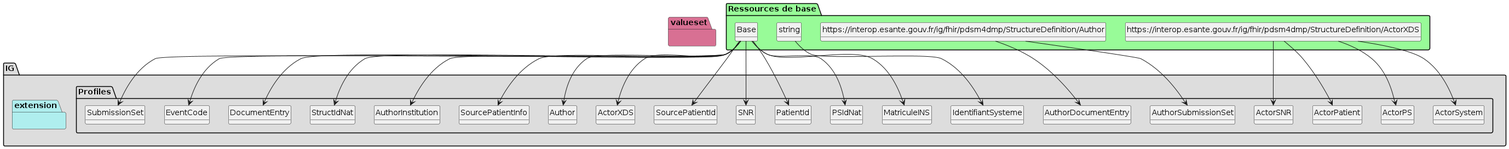
Earlier version of the PlantUML export add-info-dmp/plantuml/graph.png (ansforge/IG-FHIR-PDSM4DMP-EEDS).
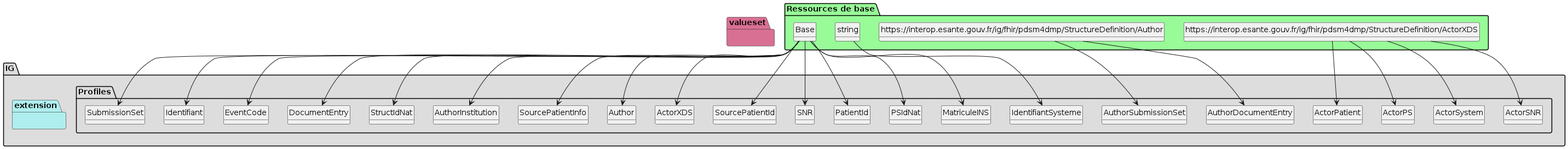
Later version of the same file.

Change to the diagram source:
```diff
@@ -10,7 +10,8 @@
         class ActorPS{
 
              ActorPS => [None..None]
-             ActorPS.XCN1[x] => [None..None]
+             ActorPS.XCN1 => [None..None]
+             ActorPS.XCN1.value[x] => [None..None]
              ActorPS.XCN2 => [None..None]
              ActorPS.XCN3 => [None..None]
              ActorPS.XCN9.composant2 => [None..None]
@@ -21,7 +22,8 @@
         class ActorPatient{
 
              ActorPatient => [None..None]
-             ActorPatient.XCN1[x] => [None..None]
+             ActorPatient.XCN1 => [None..None]
+             ActorPatient.XCN1.value[x] => [None..None]
              ActorPatient.XCN2 => [None..None]
              ActorPatient.XCN3 => [None..None]
              ActorPatient.XCN9.composant2 => [None..None]
@@ -32,7 +34,8 @@
         class ActorSNR{
 
              ActorSNR => [None..None]
-             ActorSNR.XCN1[x] => [None..None]
+             ActorSNR.XCN1 => [None..None]
+             ActorSNR.XCN1.value[x] => [None..None]
              ActorSNR.XCN2 => [None..None]
              ActorSNR.XCN3 => [None..None]
              ActorSNR.XCN9.composant2 => [None..None]
@@ -43,7 +46,8 @@
         class ActorSystem{
 
              ActorSystem => [None..None]
-             ActorSystem.XCN1[x] => [None..None]
+             ActorSystem.XCN1 => [None..None]
+             ActorSystem.XCN1.value[x] => [None..None]
              ActorSystem.XCN2 => [None..None]
              ActorSystem.XCN3 => [None..None]
              ActorSystem.XCN9.composant2 => [None..None]
@@ -54,7 +58,7 @@
         class ActorXDS{
 
              ActorXDS => [None..None]
-             ActorXDS.XCN1[x] => [1..1]
+             ActorXDS.XCN1 => [1..1]
              ActorXDS.XCN2 => [1..1]
              ActorXDS.XCN3 => [1..1]
              ActorXDS.XCN9 => [1..1]
@@ -146,6 +150,12 @@
 
              EventCode => [None..None]
              EventCode.eventCode => [1..1]
+        }
+
+        class Identifiant{
+
+             Identifiant => [None..None]
+             Identifiant.value[x] => [1..1]
         }
 
         class IdentifiantSysteme{
@@ -280,6 +290,10 @@
 
     class095a1b43effec73955e31e790438de49 --> EventCode
 
+ class "Base" as  class095a1b43effec73955e31e790438de49
+
+    class095a1b43effec73955e31e790438de49 --> Identifiant
+
  class "string" as  classb45cffe084dd3d20d928bee85e7b0f21
 
     classb45cffe084dd3d20d928bee85e7b0f21 --> IdentifiantSysteme
```
